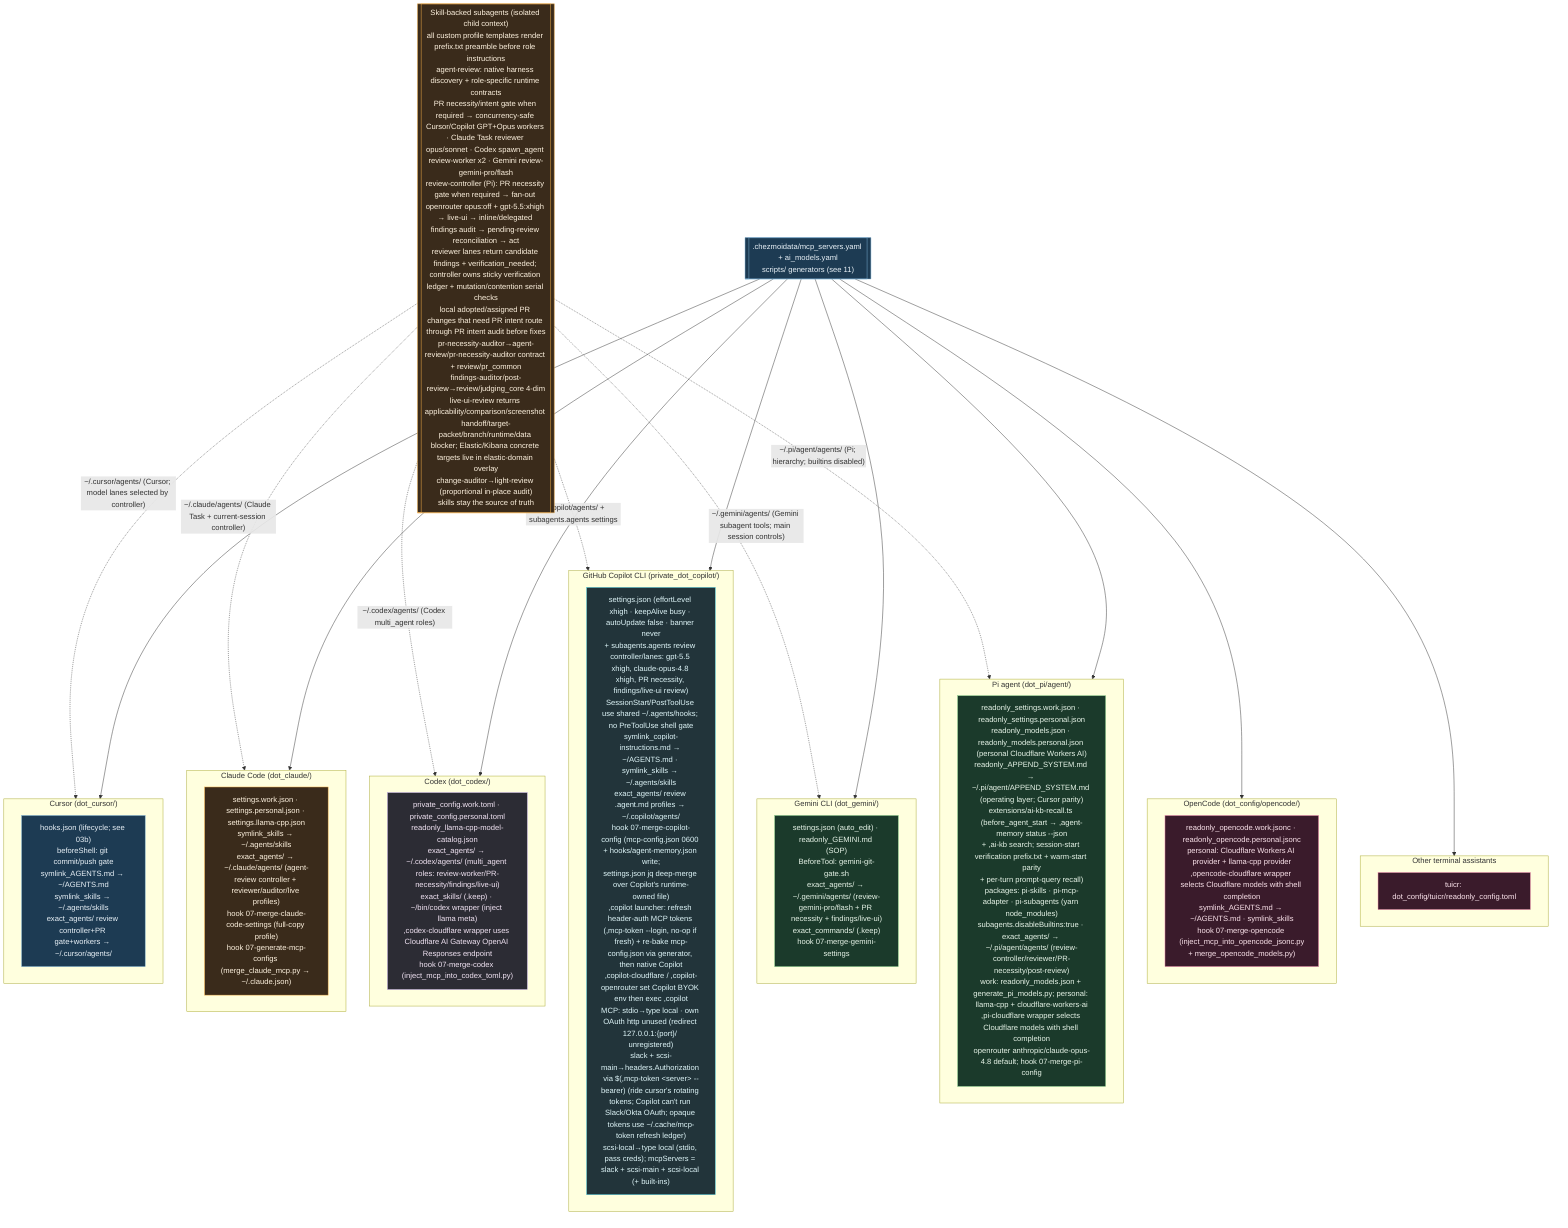
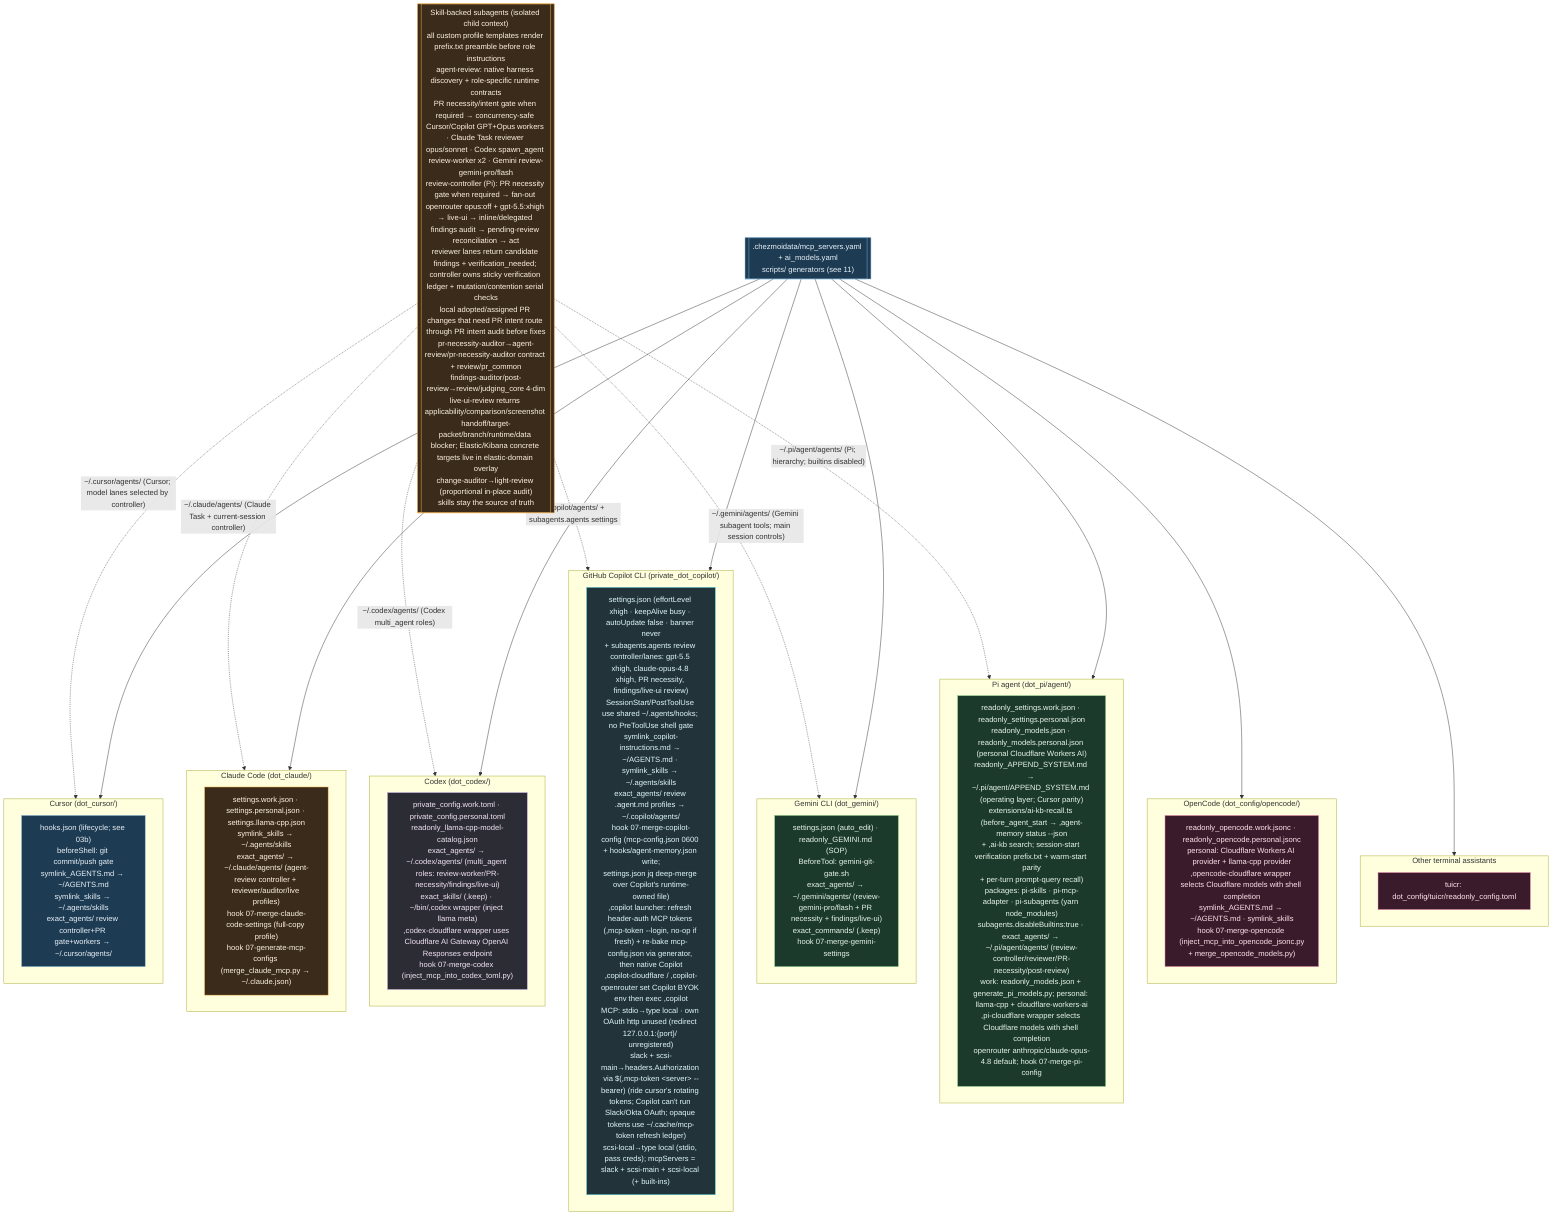
%% ============================================================================
%% 12-ai-tool-configs.mmd — Every per-tool AI config file in home/.
%% Pattern: source carries .work + .personal variants; a 07-merge-* hook picks
%% by isWork and merges generated MCP/model blocks into the live config.
%% ============================================================================
flowchart TB
    classDef cursor fill:#1d3b53,stroke:#7fb3d5,color:#eaf2f8;
    classDef claude fill:#3a2b1b,stroke:#ffb74d,color:#fff3e0;
    classDef codex fill:#2c2c34,stroke:#b39ddb,color:#f3e5f5;
    classDef gem fill:#1b3a2b,stroke:#81c784,color:#e8f5e9;
    classDef oc fill:#3a1b2b,stroke:#f48fb1,color:#fce4ec;
    classDef cop fill:#22343a,stroke:#4dd0e1,color:#e0f7fa;

    subgraph CURSOR["Cursor (dot_cursor/)"]
        CU["hooks.json (lifecycle; see 03b)<br/>beforeShell: git commit/push gate<br/>symlink_AGENTS.md → ~/AGENTS.md<br/>symlink_skills → ~/.agents/skills<br/>exact_agents/ review controller+PR gate+workers → ~/.cursor/agents/"]:::cursor
    end

    subgraph CLAUDE["Claude Code (dot_claude/)"]
        CLD["settings.work.json · settings.personal.json · settings.llama-cpp.json<br/>symlink_skills → ~/.agents/skills<br/>exact_agents/ → ~/.claude/agents/ (agent-review controller + reviewer/auditor/live profiles)<br/>hook 07-merge-claude-code-settings (full-copy profile)<br/>hook 07-generate-mcp-configs (merge_claude_mcp.py → ~/.claude.json)"]:::claude
    end

    subgraph CODEX["Codex (dot_codex/)"]
-         CDX["private_config.work.toml · private_config.personal.toml<br/>readonly_llama-cpp-model-catalog.json<br/>exact_agents/ → ~/.codex/agents/ (multi_agent roles: review-worker/PR-necessity/findings/live-ui)<br/>exact_skills/ (.keep) · ~/bin/codex wrapper (inject llama meta)<br/>,codex-cloudflare wrapper uses Cloudflare AI Gateway OpenAI Responses endpoint<br/>hook 07-merge-codex (inject_mcp_into_codex_toml.py)"]:::codex
+         CDX["private_config.work.toml · private_config.personal.toml<br/>readonly_llama-cpp-model-catalog.json<br/>exact_agents/ → ~/.codex/agents/ (multi_agent roles: review-worker/PR-necessity/findings/live-ui)<br/>exact_skills/ (.keep) · ~/bin/,codex wrapper (inject llama meta)<br/>,codex-cloudflare wrapper uses Cloudflare AI Gateway OpenAI Responses endpoint<br/>hook 07-merge-codex (inject_mcp_into_codex_toml.py)"]:::codex
    end

    subgraph GEMINI["Gemini CLI (dot_gemini/)"]
        GMN["settings.json (auto_edit) · readonly_GEMINI.md (SOP)<br/>BeforeTool: gemini-git-gate.sh<br/>exact_agents/ → ~/.gemini/agents/ (review-gemini-pro/flash + PR necessity + findings/live-ui)<br/>exact_commands/ (.keep)<br/>hook 07-merge-gemini-settings"]:::gem
    end

    subgraph OPENCODE["OpenCode (dot_config/opencode/)"]
        OPC["readonly_opencode.work.jsonc · readonly_opencode.personal.jsonc<br/>personal: Cloudflare Workers AI provider + llama-cpp provider<br/>,opencode-cloudflare wrapper selects Cloudflare models with shell completion<br/>symlink_AGENTS.md → ~/AGENTS.md · symlink_skills<br/>hook 07-merge-opencode (inject_mcp_into_opencode_jsonc.py<br/>+ merge_opencode_models.py)"]:::oc
    end

    subgraph PI["Pi agent (dot_pi/agent/)"]
        PIA["readonly_settings.work.json · readonly_settings.personal.json<br/>readonly_models.json · readonly_models.personal.json (personal Cloudflare Workers AI)<br/>readonly_APPEND_SYSTEM.md → ~/.pi/agent/APPEND_SYSTEM.md (operating layer; Cursor parity)<br/>extensions/ai-kb-recall.ts (before_agent_start → ,agent-memory status --json<br/>+ ,ai-kb search; session-start verification prefix.txt + warm-start parity<br/>+ per-turn prompt-query recall)<br/>packages: pi-skills · pi-mcp-adapter · pi-subagents (yarn node_modules)<br/>subagents.disableBuiltins:true · exact_agents/ → ~/.pi/agent/agents/ (review-controller/reviewer/PR-necessity/post-review)<br/>work: readonly_models.json + generate_pi_models.py; personal: llama-cpp + cloudflare-workers-ai<br/>,pi-cloudflare wrapper selects Cloudflare models with shell completion<br/>openrouter anthropic/claude-opus-4.8 default; hook 07-merge-pi-config"]:::gem
    end

    subgraph COPILOT["GitHub Copilot CLI (private_dot_copilot/)"]
        COP["settings.json (effortLevel xhigh · keepAlive busy · autoUpdate false · banner never<br/>+ subagents.agents review controller/lanes: gpt-5.5 xhigh, claude-opus-4.8 xhigh, PR necessity, findings/live-ui review)<br/>SessionStart/PostToolUse use shared ~/.agents/hooks; no PreToolUse shell gate<br/>symlink_copilot-instructions.md → ~/AGENTS.md · symlink_skills → ~/.agents/skills<br/>exact_agents/ review .agent.md profiles → ~/.copilot/agents/<br/>hook 07-merge-copilot-config (mcp-config.json 0600 + hooks/agent-memory.json write;<br/>settings.json jq deep-merge over Copilot's runtime-owned file)<br/>,copilot launcher: refresh header-auth MCP tokens (,mcp-token --login, no-op if fresh) + re-bake mcp-config.json via generator, then native Copilot<br/>,copilot-cloudflare / ,copilot-openrouter set Copilot BYOK env then exec ,copilot<br/>MCP: stdio→type local · own OAuth http unused (redirect 127.0.0.1:{port}/ unregistered)<br/>slack + scsi-main→headers.Authorization via $(,mcp-token &lt;server&gt; --bearer) (ride cursor's rotating tokens; Copilot can't run Slack/Okta OAuth; opaque tokens use ~/.cache/mcp-token refresh ledger)<br/>scsi-local→type local (stdio, pass creds); mcpServers = slack + scsi-main + scsi-local (+ built-ins)"]:::cop
    end

    subgraph OTHER["Other terminal assistants"]
        TUI["tuicr: dot_config/tuicr/readonly_config.toml"]:::oc
    end

    REG[[".chezmoidata/mcp_servers.yaml + ai_models.yaml<br/>scripts/ generators (see 11)"]]:::cursor
    REG --> CURSOR & CLAUDE & CODEX & GEMINI & OPENCODE & PI & COPILOT & OTHER

    SUBA[["Skill-backed subagents (isolated child context)<br/>all custom profile templates render prefix.txt preamble before role instructions<br/>agent-review: native harness discovery + role-specific runtime contracts<br/>PR necessity/intent gate when required → concurrency-safe Cursor/Copilot GPT+Opus workers · Claude Task reviewer opus/sonnet · Codex spawn_agent review-worker x2 · Gemini review-gemini-pro/flash<br/>review-controller (Pi): PR necessity gate when required → fan-out openrouter opus:off + gpt-5.5:xhigh → live-ui → inline/delegated findings audit → pending-review reconciliation → act<br/>reviewer lanes return candidate findings + verification_needed; controller owns sticky verification ledger + mutation/contention serial checks<br/>local adopted/assigned PR changes that need PR intent route through PR intent audit before fixes<br/>pr-necessity-auditor→agent-review/pr-necessity-auditor contract + review/pr_common<br/>findings-auditor/post-review→review/judging_core 4-dim<br/>live-ui-review returns applicability/comparison/screenshot handoff/target-packet/branch/runtime/data blocker; Elastic/Kibana concrete targets live in elastic-domain overlay<br/>change-auditor→light-review (proportional in-place audit)<br/>skills stay the source of truth"]]:::claude
    SUBA -.->|"~/.cursor/agents/ (Cursor; model lanes selected by controller)"| CURSOR
    SUBA -.->|"~/.copilot/agents/ + subagents.agents settings"| COPILOT
    SUBA -.->|"~/.claude/agents/ (Claude Task + current-session controller)"| CLAUDE
    SUBA -.->|"~/.codex/agents/ (Codex multi_agent roles)"| CODEX
    SUBA -.->|"~/.gemini/agents/ (Gemini subagent tools; main session controls)"| GEMINI
    SUBA -.->|"~/.pi/agent/agents/ (Pi; hierarchy; builtins disabled)"| PI
